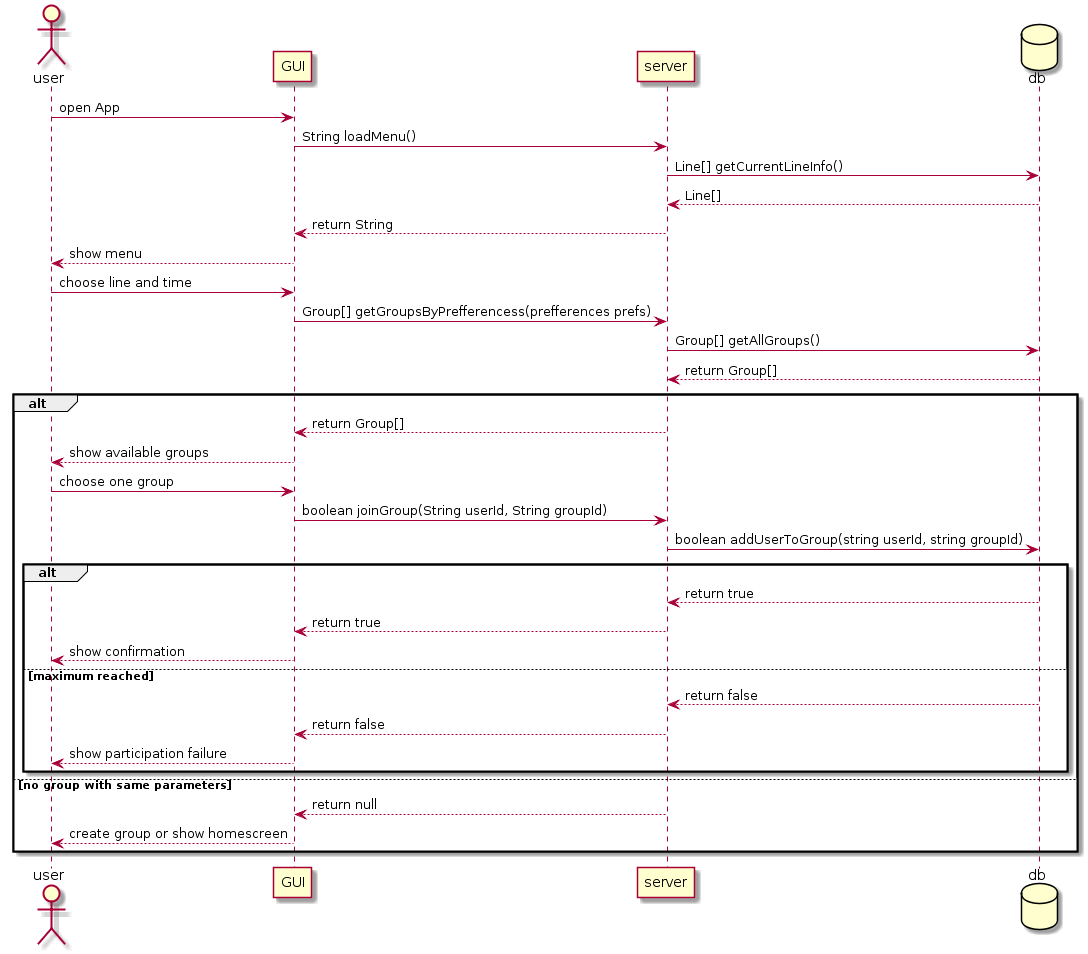
itzMatze/PSE-Team02 keeps this PlantUML diagram as 2 Entwurf/Sequenzdiagramme/chooseLineAndTimeSD.png. Above is the earlier version. Its diagram source:
```plantuml
@startuml
actor user

user -> GUI: open App

GUI -> server: String loadMenu()

database db
server -> db: Line[] getCurrentLineInfo()
server <-- db: Line[]

GUI <-- server: return String
user <-- GUI: show menu

user -> GUI: choose line and time
GUI -> server: Group[] getGroupsByPrefferencess(prefferences prefs)
server -> db: Group[] getAllGroups()
server <-- db: return Group[]

alt

GUI <-- server: return Group[]
user <-- GUI: show available groups

user -> GUI: choose one group
GUI -> server: boolean joinGroup(String userId, String groupId)
server -> db: boolean addUserToGroup(string userId, string groupId)

alt

server <-- db: return true
GUI <-- server: return true
user <-- GUI: show confirmation


else maximum reached

server <-- db: return false
GUI <-- server: return false
user <-- GUI: show participation failure

end
else no group with same parameters

GUI <-- server: return null
user <-- GUI: create group or show homescreen
end
@enduml
```
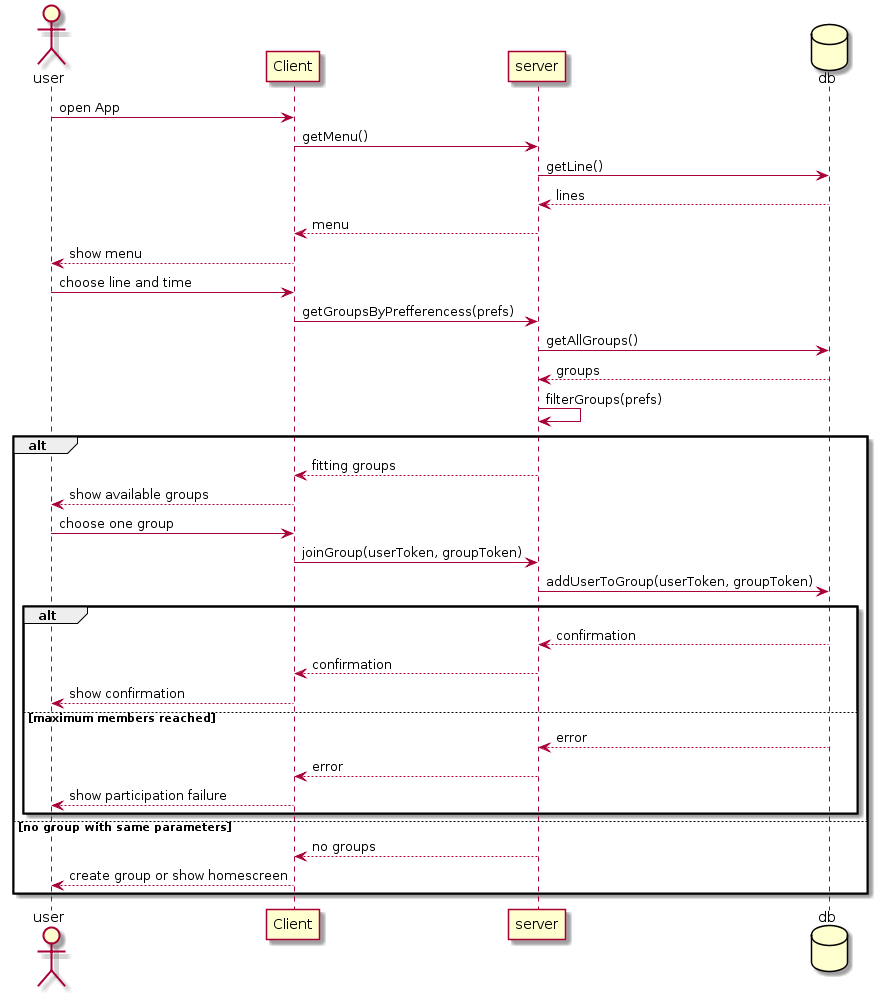
After the change.

The edit, as a diff of the source:
```diff
@@ -1,48 +1,49 @@
 @startuml
 actor user
 
-user -> GUI: open App
+user -> Client: open App
 
-GUI -> server: String loadMenu()
+Client -> server: getMenu()
 
 database db
-server -> db: Line[] getCurrentLineInfo()
-server <-- db: Line[]
+server -> db: getLine()
+server <-- db: lines
 
-GUI <-- server: return String
-user <-- GUI: show menu
+Client <-- server: menu
+user <-- Client: show menu
 
-user -> GUI: choose line and time
-GUI -> server: Group[] getGroupsByPrefferencess(prefferences prefs)
-server -> db: Group[] getAllGroups()
-server <-- db: return Group[]
+user -> Client: choose line and time
+Client -> server: getGroupsByPrefferencess(prefs)
+server -> db: getAllGroups()
+server <-- db: groups
+server -> server: filterGroups(prefs)
 
 alt
 
-GUI <-- server: return Group[]
-user <-- GUI: show available groups
+Client <-- server: fitting groups
+user <-- Client: show available groups
 
-user -> GUI: choose one group
-GUI -> server: boolean joinGroup(String userId, String groupId)
-server -> db: boolean addUserToGroup(string userId, string groupId)
+user -> Client: choose one group
+Client -> server: joinGroup(userToken, groupToken)
+server -> db: addUserToGroup(userToken, groupToken)
 
 alt
 
-server <-- db: return true
-GUI <-- server: return true
-user <-- GUI: show confirmation
+server <-- db: confirmation
+Client <-- server: confirmation
+user <-- Client: show confirmation
 
 
-else maximum reached
+else maximum members reached
 
-server <-- db: return false
-GUI <-- server: return false
-user <-- GUI: show participation failure
+server <-- db: error
+Client <-- server: error
+user <-- Client: show participation failure
 
 end
 else no group with same parameters
 
-GUI <-- server: return null
-user <-- GUI: create group or show homescreen
+Client <-- server: no groups
+user <-- Client: create group or show homescreen
 end
 @enduml
```
